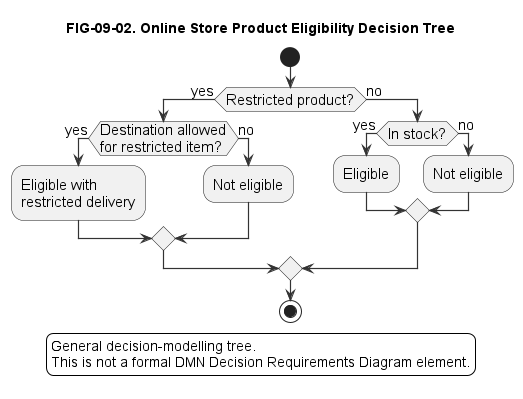
Earlier version of the PlantUML export diagrams/exported/png/FIG-09-02-online-store-product-eligibility-decision-tree.png (nishikanttiwari01/Architecture_Modelling).
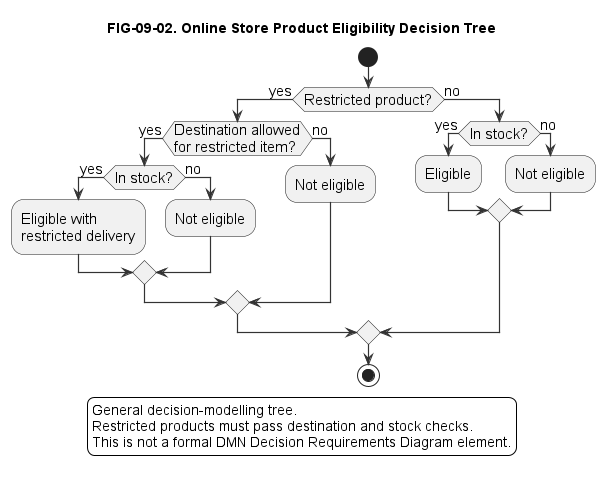
After the change.

Diff of the diagram source:
```diff
@@ -8,7 +8,11 @@
 start
 if (Restricted product?) then (yes)
   if (Destination allowed\nfor restricted item?) then (yes)
-    :Eligible with\nrestricted delivery;
+    if (In stock?) then (yes)
+      :Eligible with\nrestricted delivery;
+    else (no)
+      :Not eligible;
+    endif
   else (no)
     :Not eligible;
   endif
@@ -23,6 +27,7 @@
 
 legend bottom
   General decision-modelling tree.
+  Restricted products must pass destination and stock checks.
   This is not a formal DMN Decision Requirements Diagram element.
 endlegend
 @enduml
```
